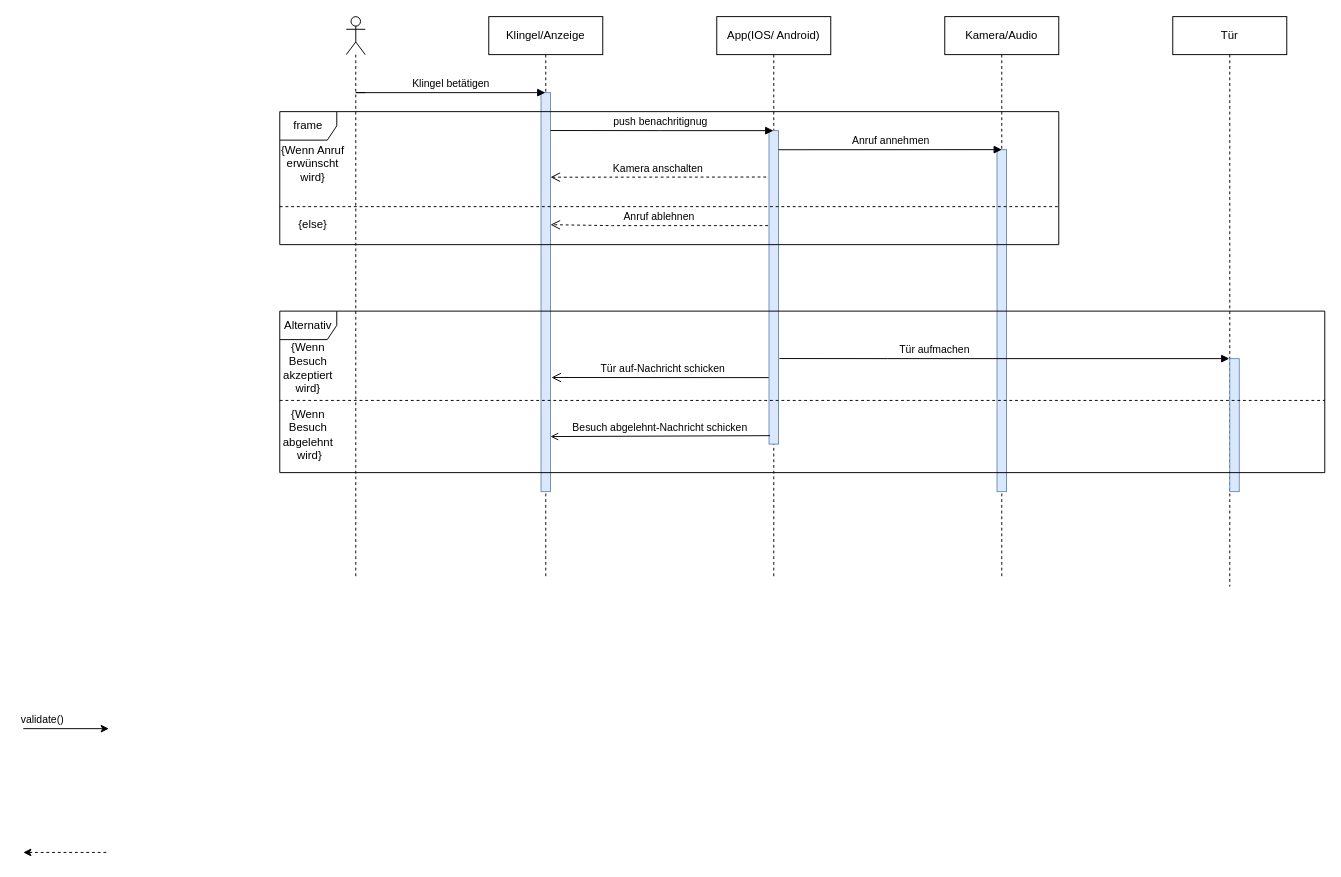
Earlier version of the draw.io diagram Semesterprojekt/assets/diagrams/Klingeln bei Mehrfamilienhaus(Sequenzdiagram).drawio (WHS-SWT-P35-WiSe22-23/praktikum). Source tidied: cells renumbered, new cells numbered last; positions are measured from the earlier drawing's top-left corner, leaving out a move shared by most shapes. Both pictures are drawn from the tidied source at 95%, with x=0, y=0 at pixel (23, 16).
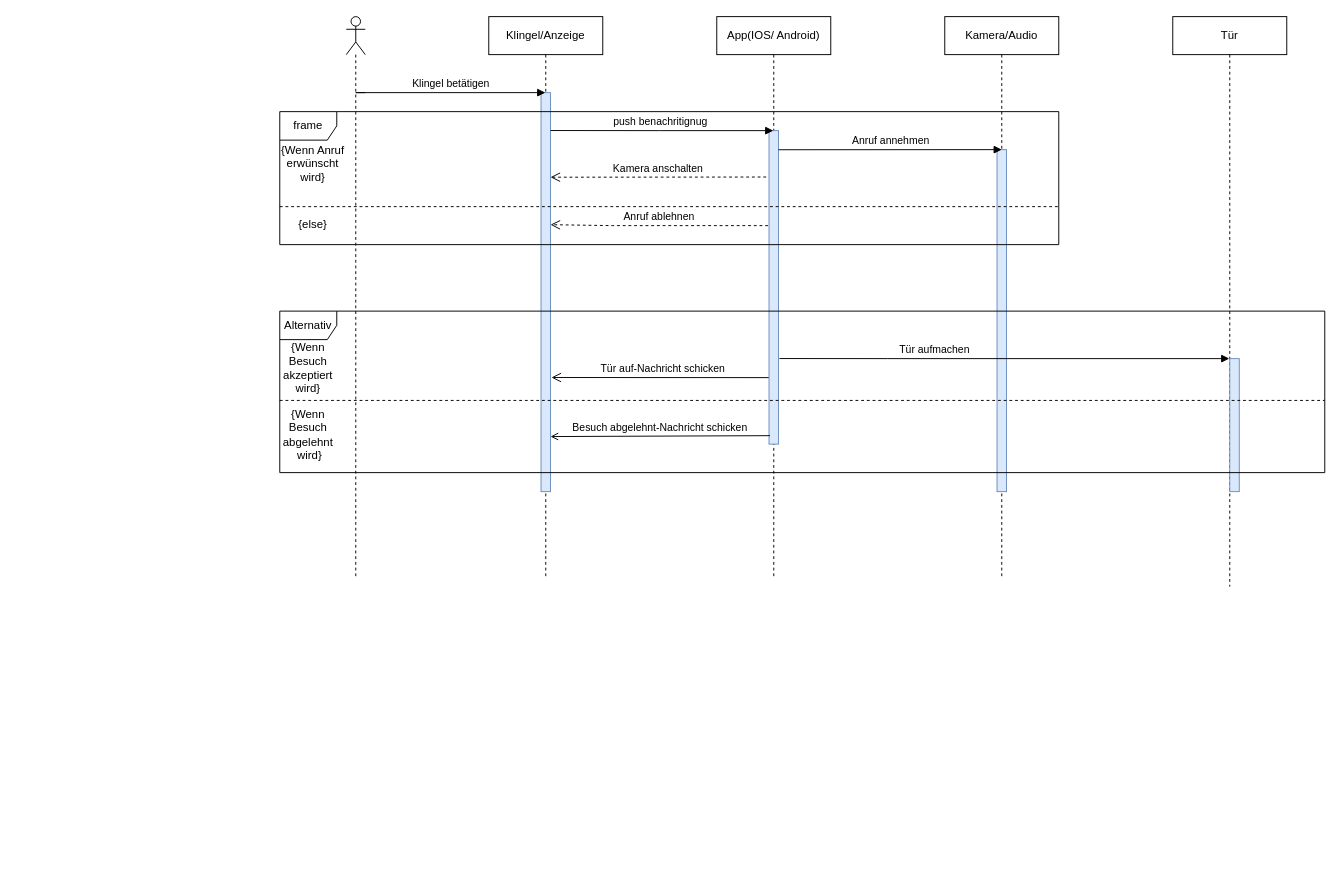
The same diagram, later.

The edit, as a diff of the source:
```diff
@@
-    <mxCell id="2" value="validate()" style="edgeStyle=none;verticalLabelPosition=top;verticalAlign=bottom;labelPosition=left;align=right;" parent="1" edge="1">
-      <mxGeometry x="110" y="49.5" as="geometry">
-        <mxPoint y="749.5" as="sourcePoint" />
-        <mxPoint x="90" y="749.5" as="targetPoint" />
-      </mxGeometry>
-    </mxCell>
-    <mxCell id="3" style="edgeStyle=none;verticalLabelPosition=top;verticalAlign=bottom;labelPosition=left;align=right;endArrow=none;startArrow=classic;dashed=1;" parent="1" edge="1">
-      <mxGeometry x="110" y="179.8" as="geometry">
-        <mxPoint y="879.8" as="sourcePoint" />
-        <mxPoint x="90" y="879.8" as="targetPoint" />
-      </mxGeometry>
-    </mxCell>
```
